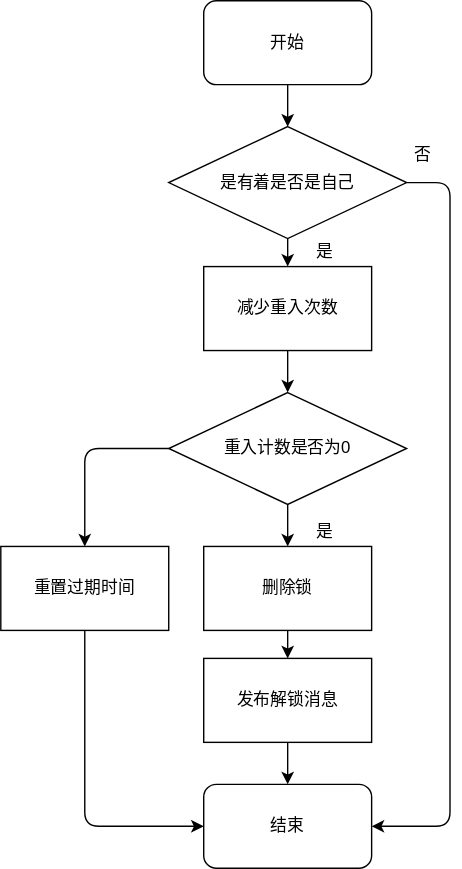
The draw.io diagram redisson/src/main/resources/md/lock/UnLock.dio.svg in VegetableBCoder/redisson-learn, before a commit. Source tidied: cells renumbered, new cells last; positions are measured from the earlier drawing's top-left corner, leaving out a move shared by most shapes.
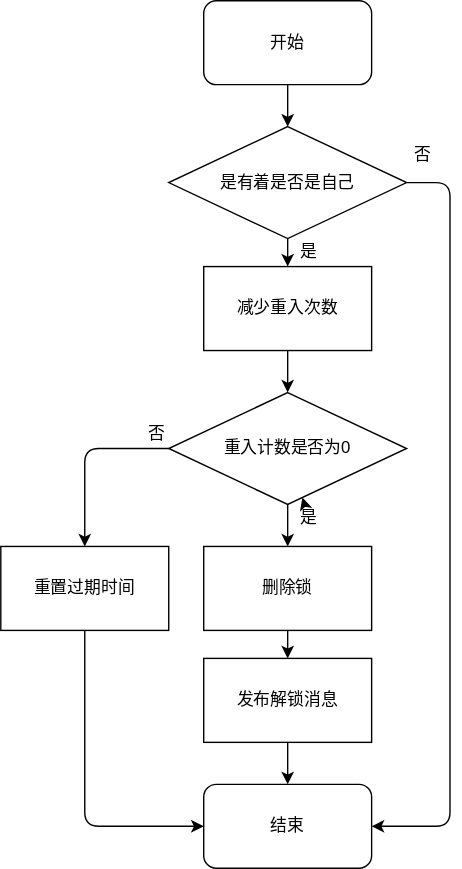
The same file after the commit.

What changed in the source:
```diff
@@ -48,10 +48,13 @@
       <mxGeometry x="145" y="470" width="120" height="60" as="geometry" />
     </mxCell>
     <mxCell id="14" value="是" style="text;html=1;align=center;verticalAlign=middle;strokeColor=none;fillColor=none;" parent="1" vertex="1">
-      <mxGeometry x="216" y="170" width="30" height="20" as="geometry" />
+      <mxGeometry x="205" y="170" width="30" height="20" as="geometry" />
     </mxCell>
+    <mxCell id="22" style="edgeStyle=none;html=1;" parent="1" edge="1" source="15" target="11">
+      <mxGeometry relative="1" as="geometry" />
+    </mxCell>
     <mxCell id="15" value="是" style="text;html=1;align=center;verticalAlign=middle;points=[];strokeColor=none;fillColor=none;" parent="1" vertex="1">
-      <mxGeometry x="216" y="370" width="30" height="20" as="geometry" />
+      <mxGeometry x="205" y="360" width="30" height="20" as="geometry" />
     </mxCell>
     <mxCell id="16" style="edgeStyle=none;html=1;exitX=0.5;exitY=1;exitDx=0;exitDy=0;entryX=0.5;entryY=0;entryDx=0;entryDy=0;" parent="1" edge="1" source="17" target="13">
       <mxGeometry relative="1" as="geometry" />
@@ -75,5 +78,8 @@
     <mxCell id="21" value="重置过期时间" style="rounded=0;whiteSpace=wrap;html=1;" parent="1" vertex="1">
       <mxGeometry y="390" width="120" height="60" as="geometry" />
     </mxCell>
+    <mxCell id="23" value="否" style="text;html=1;align=center;verticalAlign=middle;strokeColor=none;fillColor=none;" parent="1" vertex="1">
+      <mxGeometry x="96" y="300" width="30" height="20" as="geometry" />
+    </mxCell>
   </root>
 </mxGraphModel>
```
